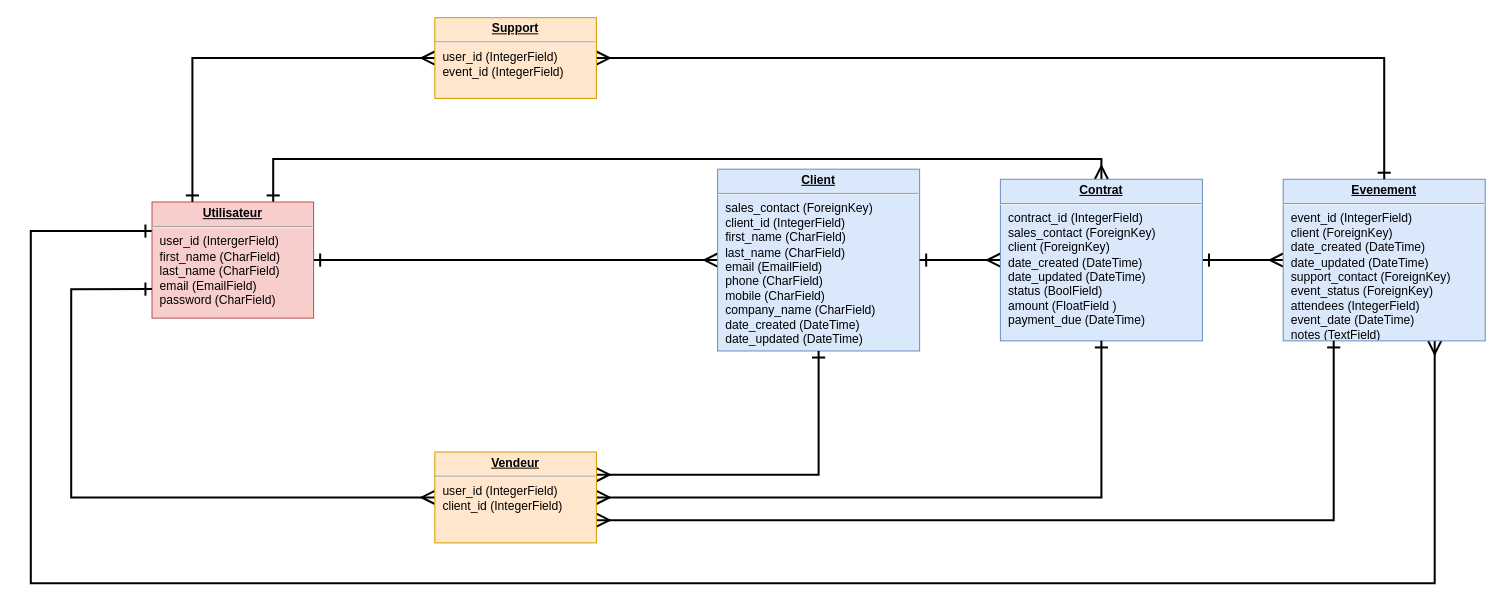
Emericdefay/OCR_P12 keeps this draw.io diagram as page "Page-3" (3 of 3) of diagramme/ERD_epic_events.drawio. Above is the earlier version. Source tidied: cells renumbered, new cells numbered last; positions are measured from the earlier drawing's top-left corner, leaving out a move shared by most shapes. Both pictures are drawn from the tidied source at 101%, with x=0, y=0 at pixel (30, 17).
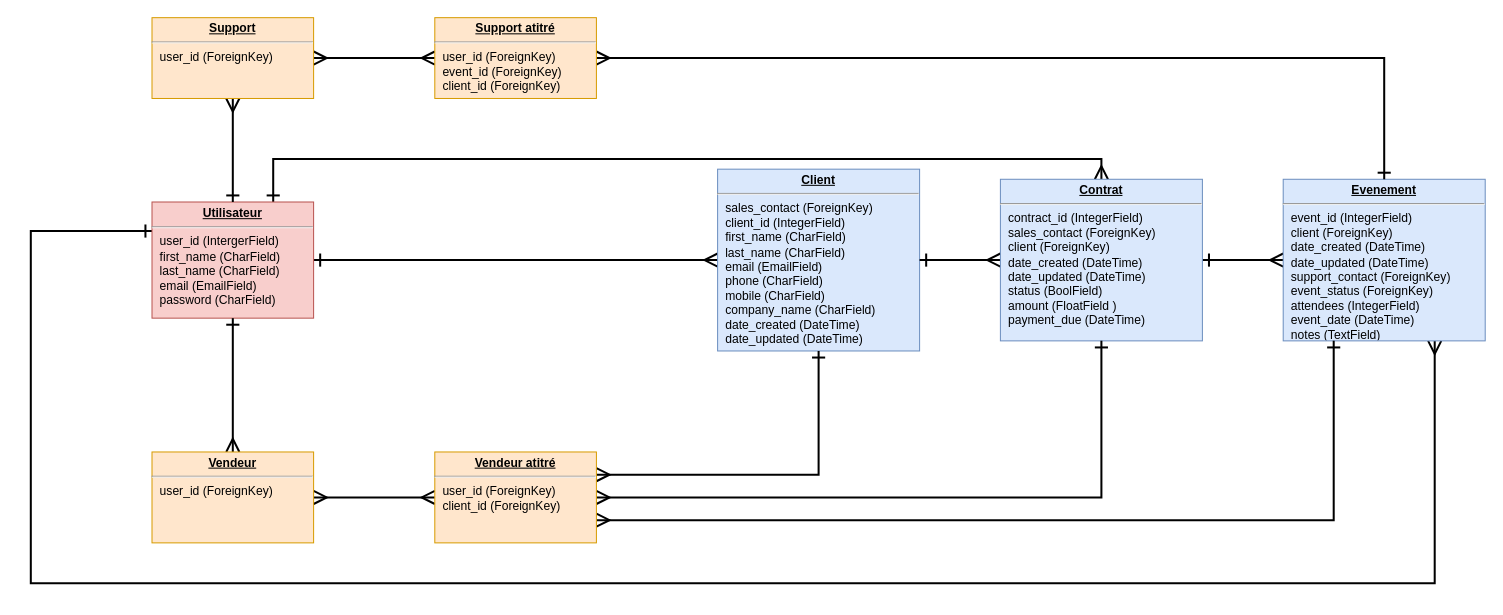
After the change.

Unchanged cells that the change refers to:
```xml
<mxCell id="10" value="&lt;p style=&quot;margin: 0px ; margin-top: 4px ; text-align: center ; text-decoration: underline&quot;&gt;&lt;b&gt;Utilisateur&lt;/b&gt;&lt;/p&gt;&lt;hr&gt;&lt;p style=&quot;margin: 0px ; margin-left: 8px&quot;&gt;user_id (IntergerField)&lt;/p&gt;&lt;p style=&quot;margin: 0px ; margin-left: 8px&quot;&gt;first_name (CharField)&lt;/p&gt;&lt;p style=&quot;margin: 0px ; margin-left: 8px&quot;&gt;last_name (CharField)&lt;/p&gt;&lt;p style=&quot;margin: 0px ; margin-left: 8px&quot;&gt;email (EmailField)&lt;/p&gt;&lt;p style=&quot;margin: 0px ; margin-left: 8px&quot;&gt;password (CharField)&lt;/p&gt;" style="verticalAlign=top;align=left;overflow=fill;fontSize=12;fontFamily=Helvetica;html=1;fillColor=#f8cecc;strokeColor=#b85450;" parent="1" vertex="1">
  <mxGeometry x="120" y="182.5" width="160" height="115" as="geometry" />
</mxCell>
```

What changed in the source:
```diff
@@
-    <mxCell id="11" style="edgeStyle=orthogonalEdgeStyle;rounded=0;jettySize=auto;html=1;exitX=0;exitY=0.5;exitDx=0;exitDy=0;entryX=0;entryY=0.75;entryDx=0;entryDy=0;startArrow=ERmany;startFill=0;endArrow=ERone;endFill=0;endSize=10;startSize=10;strokeWidth=2;" parent="1" edge="1" source="15" target="10">
-      <mxGeometry relative="1" as="geometry">
-        <Array as="points">
-          <mxPoint x="40" y="475" />
-          <mxPoint x="40" y="269" />
-        </Array>
-      </mxGeometry>
-    </mxCell>
@@
+    <mxCell id="19" style="edgeStyle=orthogonalEdgeStyle;rounded=0;jettySize=auto;html=1;exitX=0;exitY=0.5;exitDx=0;exitDy=0;entryX=1;entryY=0.5;entryDx=0;entryDy=0;startArrow=ERmany;startFill=0;endArrow=ERmany;endFill=0;startSize=10;endSize=10;strokeWidth=2;" parent="1" edge="1" source="15" target="22">
+      <mxGeometry relative="1" as="geometry" />
+    </mxCell>
-    <mxCell id="15" value="&lt;p style=&quot;margin: 0px ; margin-top: 4px ; text-align: center ; text-decoration: underline&quot;&gt;&lt;b&gt;Vendeur&lt;/b&gt;&lt;/p&gt;&lt;hr&gt;&lt;p style=&quot;margin: 0px ; margin-left: 8px&quot;&gt;user_id (IntegerField)&lt;/p&gt;&lt;p style=&quot;margin: 0px ; margin-left: 8px&quot;&gt;client_id (IntegerField)&lt;/p&gt;" style="verticalAlign=top;align=left;overflow=fill;fontSize=12;fontFamily=Helvetica;html=1;fillColor=#ffe6cc;strokeColor=#d79b00;" parent="1" vertex="1">
+    <mxCell id="15" value="&lt;p style=&quot;margin: 0px ; margin-top: 4px ; text-align: center ; text-decoration: underline&quot;&gt;&lt;b&gt;Vendeur a&lt;/b&gt;&lt;b&gt;titré&lt;/b&gt;&lt;/p&gt;&lt;hr&gt;&lt;p style=&quot;margin: 0px ; margin-left: 8px&quot;&gt;user_id (ForeignKey)&lt;/p&gt;&lt;p style=&quot;margin: 0px ; margin-left: 8px&quot;&gt;client_id (ForeignKey)&lt;/p&gt;" style="verticalAlign=top;align=left;overflow=fill;fontSize=12;fontFamily=Helvetica;html=1;fillColor=#ffe6cc;strokeColor=#d79b00;" parent="1" vertex="1">
       <mxGeometry x="400" y="430" width="160" height="90" as="geometry" />
     </mxCell>
-    <mxCell id="16" style="edgeStyle=orthogonalEdgeStyle;rounded=0;jettySize=auto;html=1;exitX=0;exitY=0.5;exitDx=0;exitDy=0;entryX=0.25;entryY=0;entryDx=0;entryDy=0;startArrow=ERmany;startFill=0;startSize=10;endArrow=ERone;endFill=0;endSize=10;targetPerimeterSpacing=0;strokeWidth=2;" parent="1" edge="1" source="18" target="10">
-      <mxGeometry relative="1" as="geometry" />
-    </mxCell>
@@
+    <mxCell id="20" style="edgeStyle=orthogonalEdgeStyle;rounded=0;jettySize=auto;html=1;exitX=0;exitY=0.5;exitDx=0;exitDy=0;entryX=1;entryY=0.5;entryDx=0;entryDy=0;startArrow=ERmany;startFill=0;endArrow=ERmany;endFill=0;startSize=10;endSize=10;strokeWidth=2;" parent="1" edge="1" source="18" target="24">
+      <mxGeometry relative="1" as="geometry" />
+    </mxCell>
-    <mxCell id="18" value="&lt;p style=&quot;margin: 0px ; margin-top: 4px ; text-align: center ; text-decoration: underline&quot;&gt;&lt;b&gt;Support&lt;/b&gt;&lt;/p&gt;&lt;hr&gt;&lt;p style=&quot;margin: 0px ; margin-left: 8px&quot;&gt;user_id (IntegerField)&lt;/p&gt;&lt;p style=&quot;margin: 0px ; margin-left: 8px&quot;&gt;event_id (IntegerField)&lt;/p&gt;&lt;p style=&quot;margin: 0px ; margin-left: 8px&quot;&gt;&lt;br&gt;&lt;/p&gt;" style="verticalAlign=top;align=left;overflow=fill;fontSize=12;fontFamily=Helvetica;html=1;fillColor=#ffe6cc;strokeColor=#d79b00;" parent="1" vertex="1">
+    <mxCell id="18" value="&lt;p style=&quot;margin: 0px ; margin-top: 4px ; text-align: center ; text-decoration: underline&quot;&gt;&lt;b&gt;Support atitré&lt;/b&gt;&lt;/p&gt;&lt;hr&gt;&lt;p style=&quot;margin: 0px ; margin-left: 8px&quot;&gt;user_id (ForeignKey)&lt;/p&gt;&lt;p style=&quot;margin: 0px ; margin-left: 8px&quot;&gt;event_id (ForeignKey)&lt;/p&gt;&lt;p style=&quot;margin: 0px ; margin-left: 8px&quot;&gt;client_id (ForeignKey)&lt;/p&gt;&lt;p style=&quot;margin: 0px ; margin-left: 8px&quot;&gt;&lt;br&gt;&lt;/p&gt;" style="verticalAlign=top;align=left;overflow=fill;fontSize=12;fontFamily=Helvetica;html=1;fillColor=#ffe6cc;strokeColor=#d79b00;" parent="1" vertex="1">
       <mxGeometry x="400" width="160" height="80" as="geometry" />
     </mxCell>
+    <mxCell id="21" style="edgeStyle=orthogonalEdgeStyle;rounded=0;jettySize=auto;html=1;exitX=0.5;exitY=0;exitDx=0;exitDy=0;entryX=0.5;entryY=1;entryDx=0;entryDy=0;startArrow=ERmany;startFill=0;endArrow=ERone;endFill=0;startSize=10;endSize=10;strokeWidth=2;" parent="1" edge="1" source="22" target="10">
+      <mxGeometry relative="1" as="geometry" />
+    </mxCell>
+    <mxCell id="22" value="&lt;p style=&quot;margin: 0px ; margin-top: 4px ; text-align: center ; text-decoration: underline&quot;&gt;&lt;b&gt;Vendeur&lt;/b&gt;&lt;/p&gt;&lt;hr&gt;&lt;p style=&quot;margin: 0px ; margin-left: 8px&quot;&gt;user_id (ForeignKey)&lt;br&gt;&lt;/p&gt;" style="verticalAlign=top;align=left;overflow=fill;fontSize=12;fontFamily=Helvetica;html=1;fillColor=#ffe6cc;strokeColor=#d79b00;" parent="1" vertex="1">
+      <mxGeometry x="120" y="430" width="160" height="90" as="geometry" />
+    </mxCell>
+    <mxCell id="23" style="edgeStyle=orthogonalEdgeStyle;rounded=0;jettySize=auto;html=1;entryX=0.5;entryY=0;entryDx=0;entryDy=0;startArrow=ERmany;startFill=0;endArrow=ERone;endFill=0;startSize=10;endSize=10;strokeWidth=2;" parent="1" edge="1" source="24" target="10">
+      <mxGeometry relative="1" as="geometry" />
+    </mxCell>
+    <mxCell id="24" value="&lt;p style=&quot;margin: 0px ; margin-top: 4px ; text-align: center ; text-decoration: underline&quot;&gt;&lt;b&gt;Support&lt;/b&gt;&lt;/p&gt;&lt;hr&gt;&lt;p style=&quot;margin: 0px ; margin-left: 8px&quot;&gt;user_id (ForeignKey)&lt;/p&gt;&lt;p style=&quot;margin: 0px ; margin-left: 8px&quot;&gt;&lt;br&gt;&lt;/p&gt;" style="verticalAlign=top;align=left;overflow=fill;fontSize=12;fontFamily=Helvetica;html=1;fillColor=#ffe6cc;strokeColor=#d79b00;" parent="1" vertex="1">
+      <mxGeometry x="120" width="160" height="80" as="geometry" />
+    </mxCell>
```
